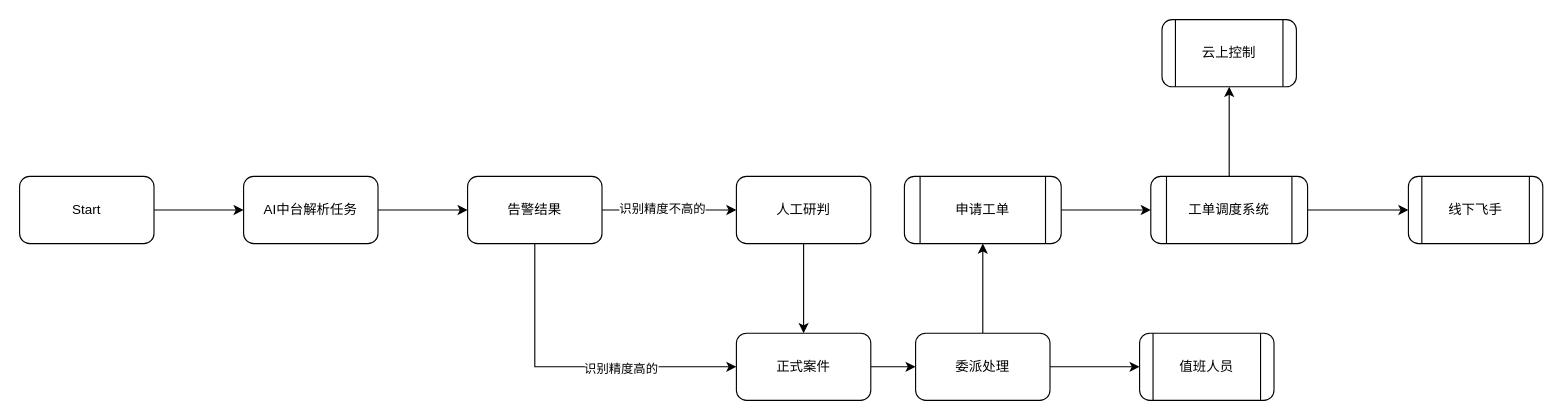
The draw.io diagram page "告警数据流" (14 of 15) of donggao-20230703.drawio in yangchenyu/micro-service, before the edit. Source tidied: cells renumbered, new cells numbered last; positions are measured from the earlier drawing's top-left corner, leaving out a move shared by most shapes. Both pictures are drawn from the tidied source at 112%, with x=0, y=0 at pixel (19, 19).
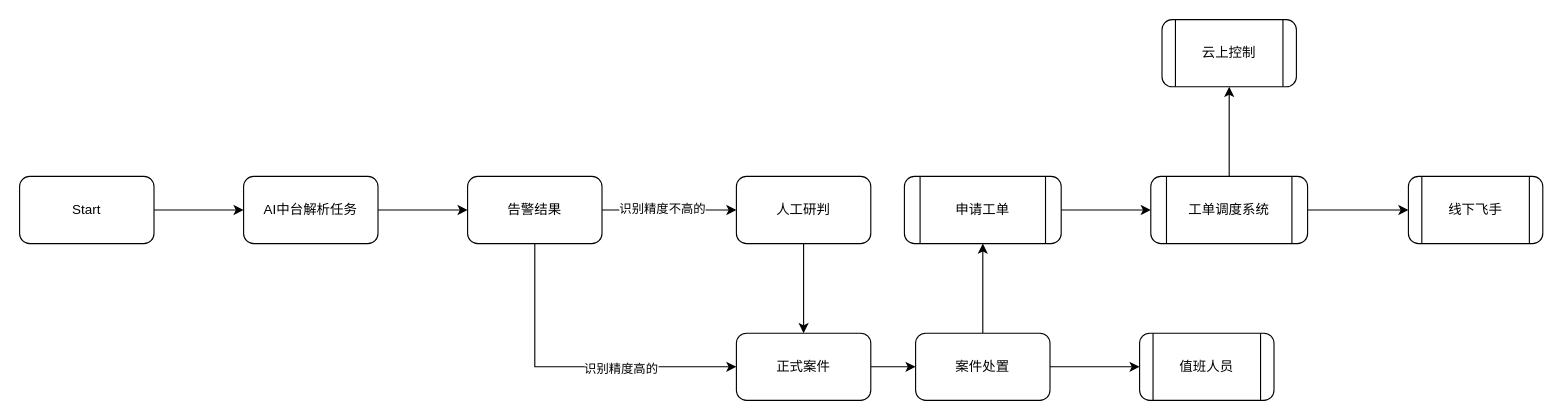
The same page after the edit.

What changed in the source:
```diff
@@
-    <mxCell id="17" value="委派处理" style="whiteSpace=wrap;html=1;rounded=1;" parent="1" vertex="1">
+    <mxCell id="17" value="案件处置" style="whiteSpace=wrap;html=1;rounded=1;" parent="1" vertex="1">
       <mxGeometry x="800" y="280" width="120" height="60" as="geometry" />
     </mxCell>
```
